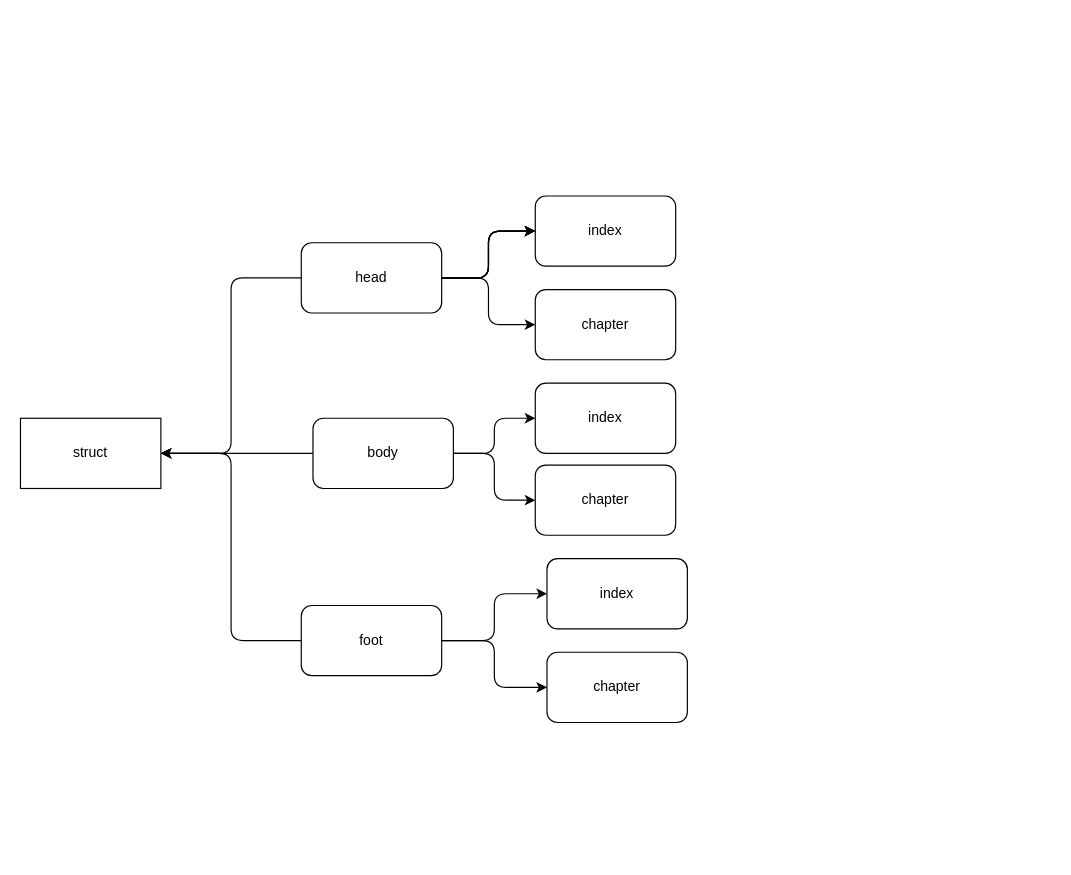
tower-town/Koala-Hacker-News keeps this draw.io diagram as docs/view/struct.drawio. Above is the earlier version. Source tidied: cells renumbered, new cells numbered last; positions are measured from the earlier drawing's top-left corner, leaving out a move shared by most shapes. Both pictures are drawn from the tidied source at 117%, with x=0, y=0 at pixel (20, 195).
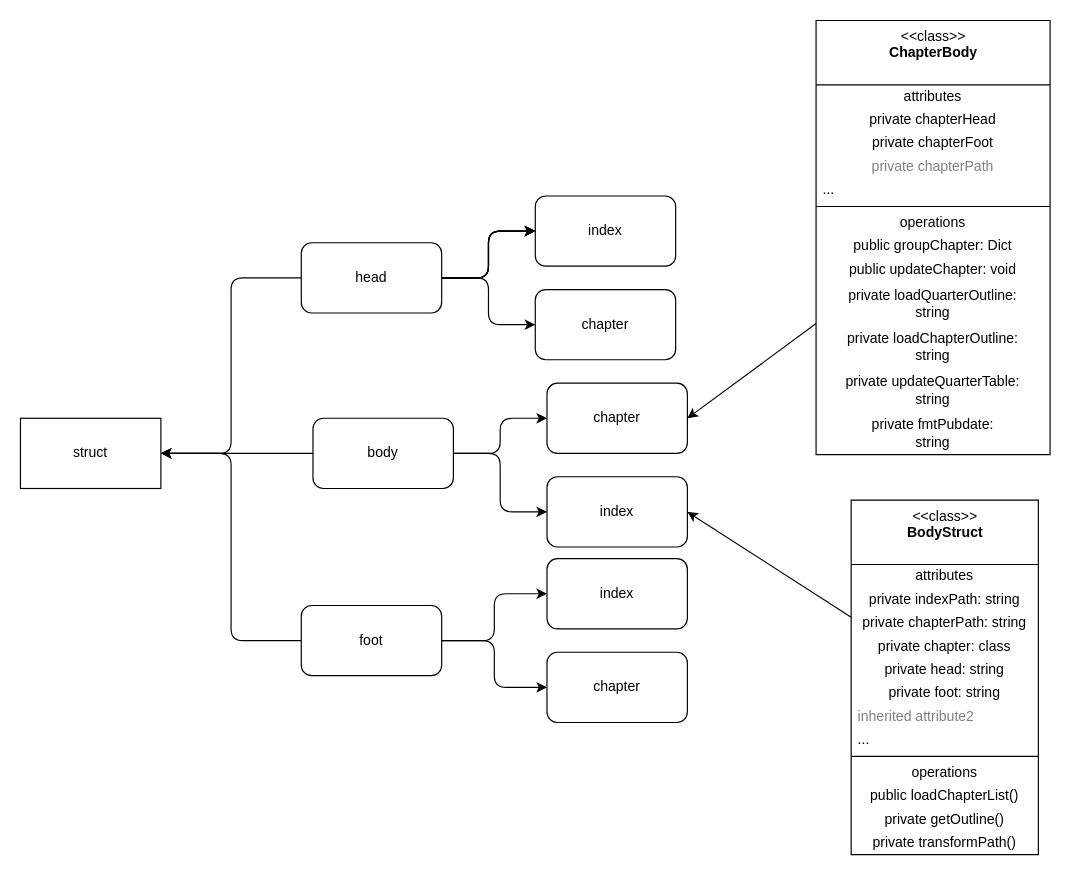
After the change.

Diff of the diagram source:
```diff
@@
     <mxCell id="22" value="index" style="rounded=1;whiteSpace=wrap;html=1;" parent="1" vertex="1">
-      <mxGeometry x="440" y="160" width="120" height="60" as="geometry" />
+      <mxGeometry x="450" y="240" width="120" height="60" as="geometry" />
     </mxCell>
     <mxCell id="23" value="chapter" style="rounded=1;whiteSpace=wrap;html=1;" parent="1" vertex="1">
-      <mxGeometry x="440" y="230" width="120" height="60" as="geometry" />
+      <mxGeometry x="450" y="160" width="120" height="60" as="geometry" />
     </mxCell>
+    <mxCell id="24" style="edgeStyle=none;html=1;entryX=1;entryY=0.5;entryDx=0;entryDy=0;" parent="1" edge="1" source="25" target="23">
+      <mxGeometry relative="1" as="geometry" />
+    </mxCell>
+    <mxCell id="25" value="&amp;lt;&amp;lt;class&amp;gt;&amp;gt;&lt;br&gt;&lt;b&gt;ChapterBody&lt;/b&gt;" style="swimlane;fontStyle=0;align=center;verticalAlign=top;horizontal=1;startSize=55;html=1;" parent="1" vertex="1">
+      <mxGeometry x="680" y="-150" width="200" height="371" as="geometry" />
+    </mxCell>
+    <mxCell id="26" value="attributes" style="text;html=1;strokeColor=none;fillColor=none;align=center;verticalAlign=middle;spacingLeft=4;spacingRight=4;overflow=hidden;" parent="25" vertex="1">
+      <mxGeometry y="55" width="200" height="20" as="geometry" />
+    </mxCell>
+    <mxCell id="27" value="private chapterHead" style="text;html=1;strokeColor=none;fillColor=none;align=center;verticalAlign=middle;spacingLeft=4;spacingRight=4;overflow=hidden;" parent="25" vertex="1">
+      <mxGeometry y="75" width="200" height="20" as="geometry" />
+    </mxCell>
+    <mxCell id="28" value="private chapterFoot" style="text;html=1;strokeColor=none;fillColor=none;align=center;verticalAlign=middle;spacingLeft=4;spacingRight=4;overflow=hidden;" parent="25" vertex="1">
+      <mxGeometry y="95" width="200" height="20" as="geometry" />
+    </mxCell>
+    <mxCell id="29" value="private chapterPath" style="text;html=1;strokeColor=none;fillColor=none;align=center;verticalAlign=middle;spacingLeft=4;spacingRight=4;overflow=hidden;fontColor=#808080;" parent="25" vertex="1">
+      <mxGeometry y="115" width="200" height="20" as="geometry" />
+    </mxCell>
+    <mxCell id="30" value="..." style="text;html=1;strokeColor=none;fillColor=none;align=left;verticalAlign=middle;spacingLeft=4;spacingRight=4;overflow=hidden;" parent="25" vertex="1">
+      <mxGeometry y="135" width="200" height="20" as="geometry" />
+    </mxCell>
+    <mxCell id="31" style="line;strokeWidth=1;fillColor=none;align=left;verticalAlign=middle;spacingTop=-1;spacingLeft=3;spacingRight=3;labelPosition=right;" parent="25" vertex="1">
+      <mxGeometry y="155" width="200" height="8" as="geometry" />
+    </mxCell>
+    <mxCell id="32" value="operations" style="text;html=1;strokeColor=none;fillColor=none;align=center;verticalAlign=middle;spacingLeft=4;spacingRight=4;overflow=hidden;" parent="25" vertex="1">
+      <mxGeometry y="163" width="200" height="20" as="geometry" />
+    </mxCell>
+    <mxCell id="33" value="public groupChapter: Dict" style="text;html=1;strokeColor=none;fillColor=none;align=center;verticalAlign=middle;spacingLeft=4;spacingRight=4;overflow=hidden;" parent="25" vertex="1">
+      <mxGeometry y="183" width="200" height="20" as="geometry" />
+    </mxCell>
+    <mxCell id="34" value="public updateChapter: void" style="text;html=1;strokeColor=none;fillColor=none;align=center;verticalAlign=middle;spacingLeft=4;spacingRight=4;overflow=hidden;" parent="25" vertex="1">
+      <mxGeometry y="203" width="200" height="20" as="geometry" />
+    </mxCell>
+    <mxCell id="35" value="private loadQuarterOutline: &lt;br&gt;string" style="text;html=1;strokeColor=none;fillColor=none;align=center;verticalAlign=middle;spacingLeft=4;spacingRight=4;overflow=hidden;" parent="25" vertex="1">
+      <mxGeometry y="223" width="200" height="37" as="geometry" />
+    </mxCell>
+    <mxCell id="36" value="private loadChapterOutline: &lt;br&gt;string" style="text;html=1;strokeColor=none;fillColor=none;align=center;verticalAlign=middle;spacingLeft=4;spacingRight=4;overflow=hidden;" parent="25" vertex="1">
+      <mxGeometry y="260" width="200" height="37" as="geometry" />
+    </mxCell>
+    <mxCell id="37" value="private updateQuarterTable: &lt;br&gt;string" style="text;html=1;strokeColor=none;fillColor=none;align=center;verticalAlign=middle;spacingLeft=4;spacingRight=4;overflow=hidden;" parent="25" vertex="1">
+      <mxGeometry y="297" width="200" height="37" as="geometry" />
+    </mxCell>
+    <mxCell id="38" value="private fmtPubdate: &lt;br&gt;string" style="text;html=1;strokeColor=none;fillColor=none;align=center;verticalAlign=middle;spacingLeft=4;spacingRight=4;overflow=hidden;" parent="25" vertex="1">
+      <mxGeometry y="334" width="200" height="37" as="geometry" />
+    </mxCell>
+    <mxCell id="39" style="edgeStyle=none;html=1;entryX=1;entryY=0.5;entryDx=0;entryDy=0;" parent="1" edge="1" source="40" target="22">
+      <mxGeometry relative="1" as="geometry" />
+    </mxCell>
+    <mxCell id="40" value="&amp;lt;&amp;lt;class&amp;gt;&amp;gt;&lt;br&gt;&lt;b&gt;BodyStruct&lt;/b&gt;" style="swimlane;fontStyle=0;align=center;verticalAlign=top;horizontal=1;startSize=55;html=1;" parent="1" vertex="1">
+      <mxGeometry x="710" y="260" width="160" height="303" as="geometry" />
+    </mxCell>
+    <mxCell id="41" value="attributes" style="text;html=1;strokeColor=none;fillColor=none;align=center;verticalAlign=middle;spacingLeft=4;spacingRight=4;overflow=hidden;" parent="40" vertex="1">
+      <mxGeometry y="55" width="160" height="20" as="geometry" />
+    </mxCell>
+    <mxCell id="42" value="private indexPath: string" style="text;html=1;strokeColor=none;fillColor=none;align=center;verticalAlign=middle;spacingLeft=4;spacingRight=4;overflow=hidden;" parent="40" vertex="1">
+      <mxGeometry y="75" width="160" height="20" as="geometry" />
+    </mxCell>
+    <mxCell id="43" value="private chapterPath: string" style="text;html=1;strokeColor=none;fillColor=none;align=center;verticalAlign=middle;spacingLeft=4;spacingRight=4;overflow=hidden;" parent="40" vertex="1">
+      <mxGeometry y="95" width="160" height="20" as="geometry" />
+    </mxCell>
+    <mxCell id="44" value="private chapter: class" style="text;html=1;strokeColor=none;fillColor=none;align=center;verticalAlign=middle;spacingLeft=4;spacingRight=4;overflow=hidden;" parent="40" vertex="1">
+      <mxGeometry y="115" width="160" height="20" as="geometry" />
+    </mxCell>
+    <mxCell id="45" value="private head: string" style="text;html=1;strokeColor=none;fillColor=none;align=center;verticalAlign=middle;spacingLeft=4;spacingRight=4;overflow=hidden;" parent="40" vertex="1">
+      <mxGeometry y="135" width="160" height="20" as="geometry" />
+    </mxCell>
+    <mxCell id="46" value="private foot: string" style="text;html=1;strokeColor=none;fillColor=none;align=center;verticalAlign=middle;spacingLeft=4;spacingRight=4;overflow=hidden;" parent="40" vertex="1">
+      <mxGeometry y="155" width="160" height="20" as="geometry" />
+    </mxCell>
+    <mxCell id="47" value="inherited attribute2" style="text;html=1;strokeColor=none;fillColor=none;align=left;verticalAlign=middle;spacingLeft=4;spacingRight=4;overflow=hidden;fontColor=#808080;" parent="40" vertex="1">
+      <mxGeometry y="175" width="160" height="20" as="geometry" />
+    </mxCell>
+    <mxCell id="48" value="..." style="text;html=1;strokeColor=none;fillColor=none;align=left;verticalAlign=middle;spacingLeft=4;spacingRight=4;overflow=hidden;" parent="40" vertex="1">
+      <mxGeometry y="195" width="160" height="20" as="geometry" />
+    </mxCell>
+    <mxCell id="49" style="line;strokeWidth=1;fillColor=none;align=left;verticalAlign=middle;spacingTop=-1;spacingLeft=3;spacingRight=3;labelPosition=right;" parent="40" vertex="1">
+      <mxGeometry y="215" width="160" height="8" as="geometry" />
+    </mxCell>
+    <mxCell id="50" value="operations" style="text;html=1;strokeColor=none;fillColor=none;align=center;verticalAlign=middle;spacingLeft=4;spacingRight=4;overflow=hidden;" parent="40" vertex="1">
+      <mxGeometry y="223" width="160" height="20" as="geometry" />
+    </mxCell>
+    <mxCell id="51" value="public loadChapterList()" style="text;html=1;strokeColor=none;fillColor=none;align=center;verticalAlign=middle;spacingLeft=4;spacingRight=4;overflow=hidden;" parent="40" vertex="1">
+      <mxGeometry y="243" width="160" height="20" as="geometry" />
+    </mxCell>
+    <mxCell id="52" value="private getOutline()" style="text;html=1;strokeColor=none;fillColor=none;align=center;verticalAlign=middle;spacingLeft=4;spacingRight=4;overflow=hidden;" parent="40" vertex="1">
+      <mxGeometry y="263" width="160" height="20" as="geometry" />
+    </mxCell>
+    <mxCell id="53" value="private transformPath()" style="text;html=1;strokeColor=none;fillColor=none;align=center;verticalAlign=middle;spacingLeft=4;spacingRight=4;overflow=hidden;" parent="40" vertex="1">
+      <mxGeometry y="283" width="160" height="20" as="geometry" />
+    </mxCell>
```
